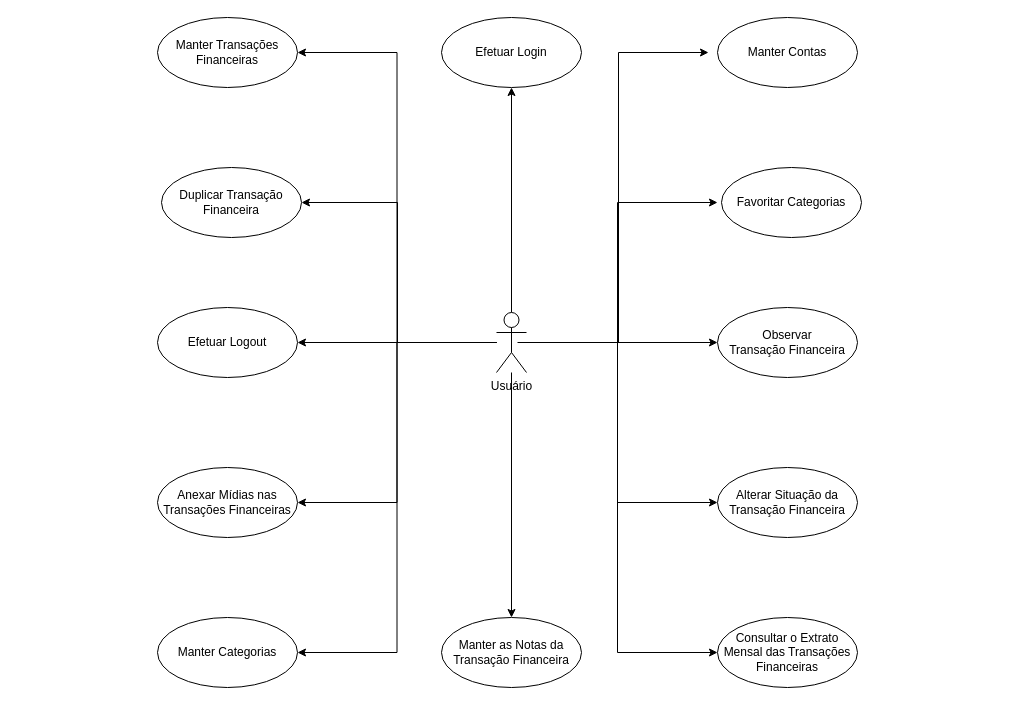
Danrley-Ruan-Saquetti/esliph-finance keeps this draw.io diagram as docs/use-case.diagram.drawio. Above is the earlier version. Source tidied: cells renumbered, new cells numbered last; positions are measured from the earlier drawing's top-left corner, leaving out a move shared by most shapes. Both pictures are drawn from the tidied source at 100%, with x=0, y=0 at pixel (157, 17).
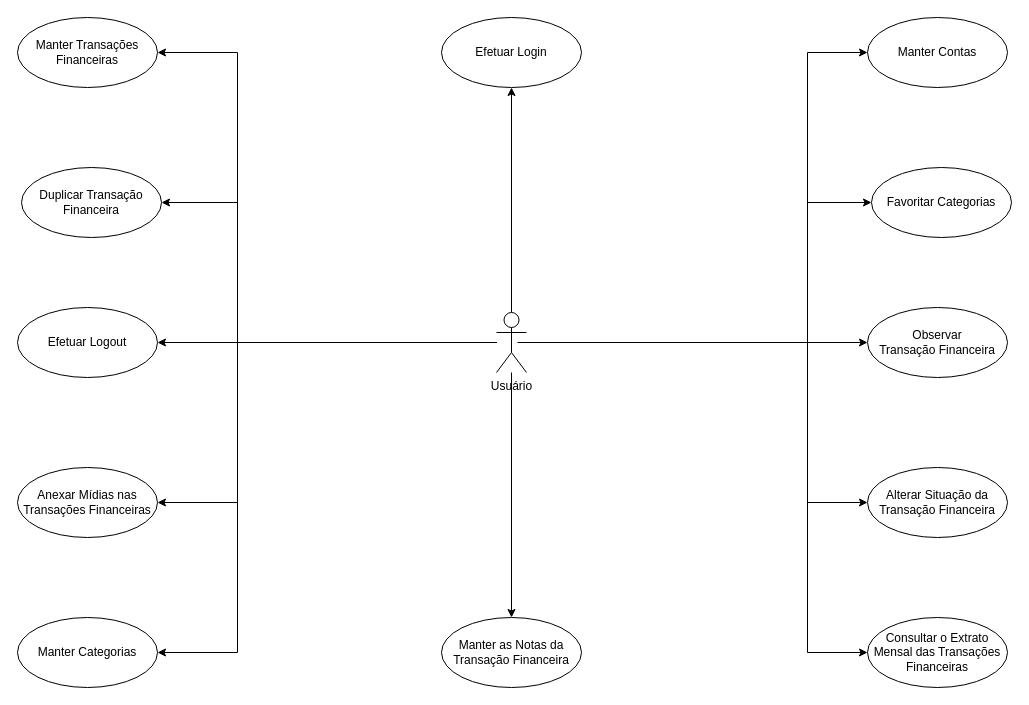
The same diagram, later.

The change refers to these unchanged cells:
```xml
<mxCell id="14" value="Usuário" style="shape=umlActor;verticalLabelPosition=bottom;verticalAlign=top;html=1;outlineConnect=0;" parent="1" vertex="1">
  <mxGeometry x="339" y="295" width="30" height="60" as="geometry" />
</mxCell>
```

Change to the diagram source:
```diff
@@
     <mxCell id="6" style="edgeStyle=orthogonalEdgeStyle;rounded=0;jettySize=auto;html=1;entryX=1;entryY=0.5;entryDx=0;entryDy=0;" parent="1" edge="1" source="14" target="15">
-      <mxGeometry relative="1" as="geometry" />
+      <mxGeometry relative="1" as="geometry">
+        <Array as="points">
+          <mxPoint x="80" y="325" />
+          <mxPoint x="80" y="635" />
+        </Array>
+      </mxGeometry>
     </mxCell>
     <mxCell id="7" style="edgeStyle=orthogonalEdgeStyle;rounded=0;jettySize=auto;html=1;entryX=1;entryY=0.5;entryDx=0;entryDy=0;" parent="1" edge="1" source="14" target="26">
-      <mxGeometry relative="1" as="geometry" />
+      <mxGeometry relative="1" as="geometry">
+        <Array as="points">
+          <mxPoint x="80" y="325" />
+          <mxPoint x="80" y="485" />
+        </Array>
+      </mxGeometry>
     </mxCell>
     <mxCell id="8" style="edgeStyle=orthogonalEdgeStyle;rounded=0;jettySize=auto;html=1;entryX=1;entryY=0.5;entryDx=0;entryDy=0;" parent="1" edge="1" source="14" target="24">
       <mxGeometry relative="1" as="geometry">
         <Array as="points">
-          <mxPoint x="240" y="325" />
-          <mxPoint x="240" y="185" />
+          <mxPoint x="80" y="325" />
+          <mxPoint x="80" y="185" />
         </Array>
       </mxGeometry>
     </mxCell>
     <mxCell id="9" style="edgeStyle=orthogonalEdgeStyle;rounded=0;jettySize=auto;html=1;entryX=1;entryY=0.5;entryDx=0;entryDy=0;" parent="1" edge="1" source="14" target="16">
-      <mxGeometry relative="1" as="geometry" />
+      <mxGeometry relative="1" as="geometry">
+        <Array as="points">
+          <mxPoint x="80" y="325" />
+          <mxPoint x="80" y="35" />
+        </Array>
+      </mxGeometry>
     </mxCell>
-    <mxCell id="10" style="edgeStyle=orthogonalEdgeStyle;rounded=0;orthogonalLoop=1;jettySize=auto;html=1;entryX=0;entryY=0.5;entryDx=0;entryDy=0;" parent="1" edge="1">
+    <mxCell id="10" style="edgeStyle=orthogonalEdgeStyle;rounded=0;jettySize=auto;html=1;entryX=0;entryY=0.5;entryDx=0;entryDy=0;" parent="1" edge="1" target="17">
       <mxGeometry relative="1" as="geometry">
         <mxPoint x="360" y="325" as="sourcePoint" />
-        <mxPoint x="551" y="35" as="targetPoint" />
         <Array as="points">
-          <mxPoint x="461" y="325" />
-          <mxPoint x="461" y="35" />
+          <mxPoint x="650" y="325" />
+          <mxPoint x="650" y="35" />
         </Array>
       </mxGeometry>
     </mxCell>
-    <mxCell id="11" style="edgeStyle=orthogonalEdgeStyle;rounded=0;orthogonalLoop=1;jettySize=auto;html=1;entryX=0;entryY=0.5;entryDx=0;entryDy=0;" parent="1" edge="1">
+    <mxCell id="11" style="edgeStyle=orthogonalEdgeStyle;rounded=0;jettySize=auto;html=1;" parent="1" edge="1" target="20">
       <mxGeometry relative="1" as="geometry">
         <mxPoint x="365" y="325" as="sourcePoint" />
-        <mxPoint x="560" y="185" as="targetPoint" />
         <Array as="points">
-          <mxPoint x="460" y="325" />
-          <mxPoint x="460" y="185" />
+          <mxPoint x="650" y="325" />
+          <mxPoint x="650" y="185" />
         </Array>
       </mxGeometry>
     </mxCell>
     <mxCell id="12" style="edgeStyle=orthogonalEdgeStyle;rounded=0;jettySize=auto;html=1;entryX=0;entryY=0.5;entryDx=0;entryDy=0;" parent="1" edge="1" source="14" target="21">
       <mxGeometry relative="1" as="geometry">
         <Array as="points">
-          <mxPoint x="460" y="325" />
-          <mxPoint x="460" y="485" />
+          <mxPoint x="650" y="325" />
+          <mxPoint x="650" y="485" />
         </Array>
       </mxGeometry>
     </mxCell>
     <mxCell id="13" style="edgeStyle=orthogonalEdgeStyle;rounded=0;jettySize=auto;html=1;entryX=0;entryY=0.5;entryDx=0;entryDy=0;" parent="1" edge="1" source="14" target="22">
       <mxGeometry relative="1" as="geometry">
         <Array as="points">
-          <mxPoint x="460" y="325" />
-          <mxPoint x="460" y="635" />
+          <mxPoint x="650" y="325" />
+          <mxPoint x="650" y="635" />
         </Array>
       </mxGeometry>
     </mxCell>
@@
     <mxCell id="15" value="Manter Categorias" style="ellipse;whiteSpace=wrap;html=1;" parent="1" vertex="1">
-      <mxGeometry y="600" width="140" height="70" as="geometry" />
+      <mxGeometry x="-140" y="600" width="140" height="70" as="geometry" />
     </mxCell>
     <mxCell id="16" value="Manter Transações Financeiras" style="ellipse;whiteSpace=wrap;html=1;" parent="1" vertex="1">
-      <mxGeometry width="140" height="70" as="geometry" />
+      <mxGeometry x="-140" width="140" height="70" as="geometry" />
     </mxCell>
     <mxCell id="17" value="Manter Contas" style="ellipse;whiteSpace=wrap;html=1;" parent="1" vertex="1">
-      <mxGeometry x="560" width="140" height="70" as="geometry" />
+      <mxGeometry x="710" width="140" height="70" as="geometry" />
     </mxCell>
@@
     <mxCell id="19" value="Efetuar Logout" style="ellipse;whiteSpace=wrap;html=1;" parent="1" vertex="1">
-      <mxGeometry y="290" width="140" height="70" as="geometry" />
+      <mxGeometry x="-140" y="290" width="140" height="70" as="geometry" />
     </mxCell>
     <mxCell id="20" value="Favoritar Categorias" style="ellipse;whiteSpace=wrap;html=1;" parent="1" vertex="1">
-      <mxGeometry x="564" y="150" width="140" height="70" as="geometry" />
+      <mxGeometry x="714" y="150" width="140" height="70" as="geometry" />
     </mxCell>
     <mxCell id="21" value="Alterar Situação da Transação Financeira" style="ellipse;whiteSpace=wrap;html=1;" parent="1" vertex="1">
-      <mxGeometry x="560" y="450" width="140" height="70" as="geometry" />
+      <mxGeometry x="710" y="450" width="140" height="70" as="geometry" />
     </mxCell>
     <mxCell id="22" value="Consultar o Extrato Mensal das Transações Financeiras" style="ellipse;whiteSpace=wrap;html=1;" parent="1" vertex="1">
-      <mxGeometry x="560" y="600" width="140" height="70" as="geometry" />
+      <mxGeometry x="710" y="600" width="140" height="70" as="geometry" />
     </mxCell>
     <mxCell id="23" value="Observar Transação&amp;nbsp;Financeira" style="ellipse;whiteSpace=wrap;html=1;" parent="1" vertex="1">
-      <mxGeometry x="560" y="290" width="140" height="70" as="geometry" />
+      <mxGeometry x="710" y="290" width="140" height="70" as="geometry" />
     </mxCell>
     <mxCell id="24" value="Duplicar Transação Financeira" style="ellipse;whiteSpace=wrap;html=1;" parent="1" vertex="1">
-      <mxGeometry x="4" y="150" width="140" height="70" as="geometry" />
+      <mxGeometry x="-136" y="150" width="140" height="70" as="geometry" />
     </mxCell>
@@
     <mxCell id="26" value="Anexar Mídias nas Transações Financeiras" style="ellipse;whiteSpace=wrap;html=1;" parent="1" vertex="1">
-      <mxGeometry y="450" width="140" height="70" as="geometry" />
+      <mxGeometry x="-140" y="450" width="140" height="70" as="geometry" />
     </mxCell>
```
